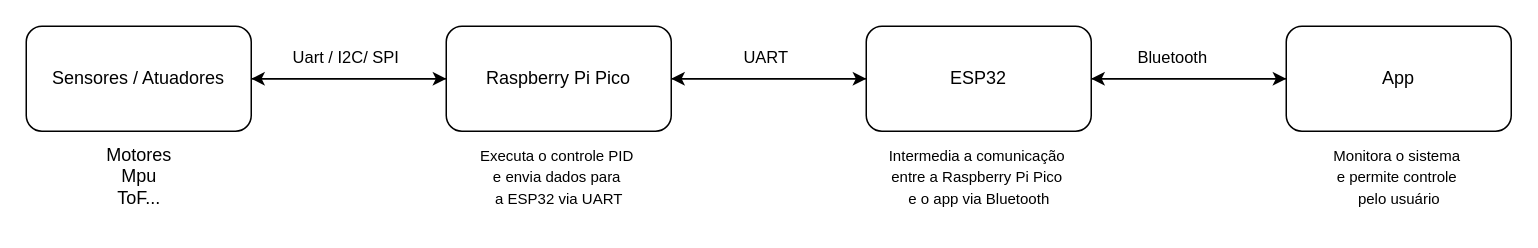
Above: Documentation/Diagrama blocos.drawio in felipeft/BragasJr (draw.io), before the change. Source tidied: cells renumbered, new cells numbered last; positions are measured from the earlier drawing's top-left corner, leaving out a move shared by most shapes. Both pictures are drawn from the tidied source at 150%, with x=0, y=0 at pixel (26, 26).
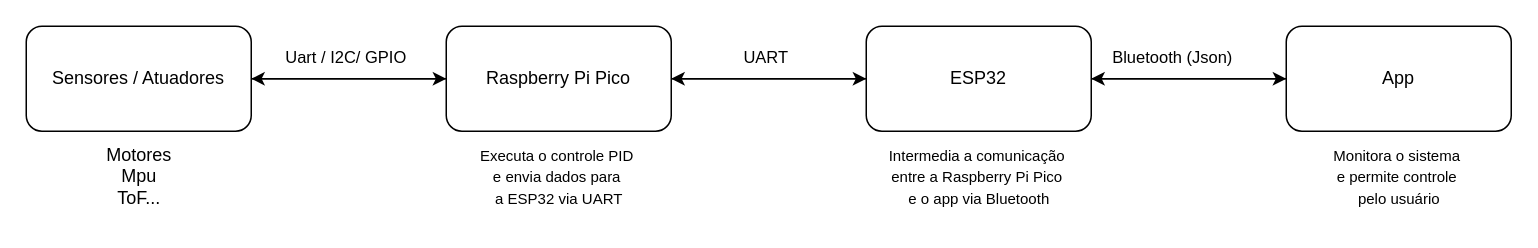
Above is the later version.

The change refers to these unchanged cells:
```xml
<mxCell id="2" style="edgeStyle=orthogonalEdgeStyle;rounded=0;jettySize=auto;html=1;entryX=0;entryY=0.5;entryDx=0;entryDy=0;strokeWidth=1;" parent="1" edge="1" source="4" target="8">
  <mxGeometry relative="1" as="geometry" />
</mxCell>
<mxCell id="9" style="edgeStyle=orthogonalEdgeStyle;rounded=0;jettySize=auto;html=1;strokeWidth=1;" parent="1" edge="1" source="12" target="14">
  <mxGeometry relative="1" as="geometry" />
</mxCell>
```

Diff of the diagram source:
```diff
@@
-    <mxCell id="3" value="Uart / I2C/ SPI" style="edgeLabel;html=1;align=center;verticalAlign=middle;" parent="2" vertex="1">
+    <mxCell id="3" value="Uart / I2C/ GPIO" style="edgeLabel;html=1;align=center;verticalAlign=middle;" parent="2" vertex="1">
       <mxGeometry x="-0.05" y="-3" relative="1" as="geometry">
         <mxPoint y="-18" as="offset" />
       </mxGeometry>
     </mxCell>
@@
-    <mxCell id="10" value="Bluetooth" style="edgeLabel;html=1;align=center;verticalAlign=middle;" parent="9" vertex="1">
+    <mxCell id="10" value="Bluetooth (Json)" style="edgeLabel;html=1;align=center;verticalAlign=middle;" parent="9" vertex="1">
       <mxGeometry x="-0.18" y="2" relative="1" as="geometry">
         <mxPoint y="-13" as="offset" />
       </mxGeometry>
     </mxCell>
```
